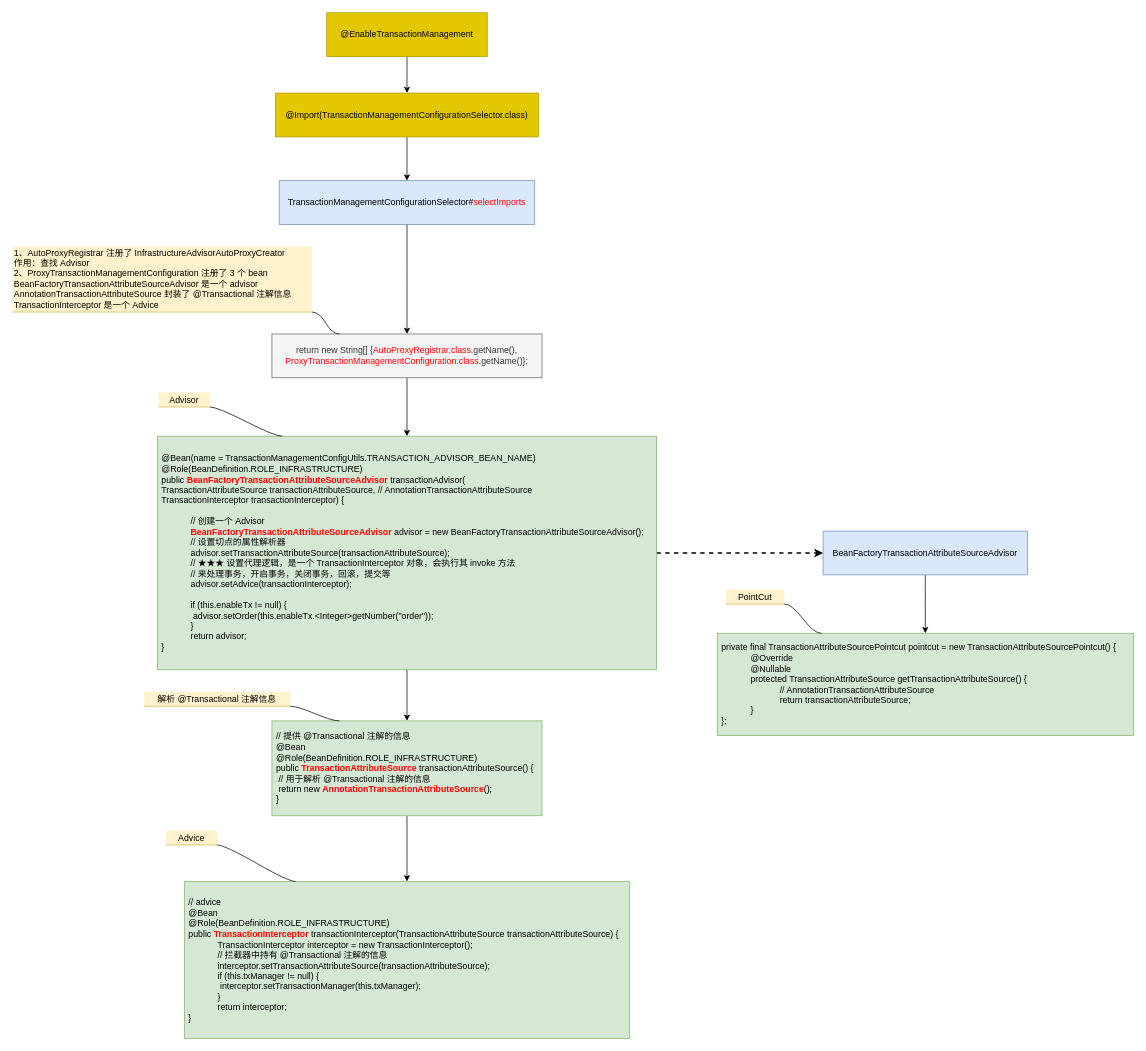
Above: spring/spring-framework/spring-transaction.drawio in thebesteric/draw.io (draw.io), before the change. Source tidied: cells renumbered, new cells numbered last; positions are measured from the earlier drawing's top-left corner, leaving out a move shared by most shapes. Both pictures are drawn from the tidied source at 73%, with x=0, y=0 at pixel (12, 12).
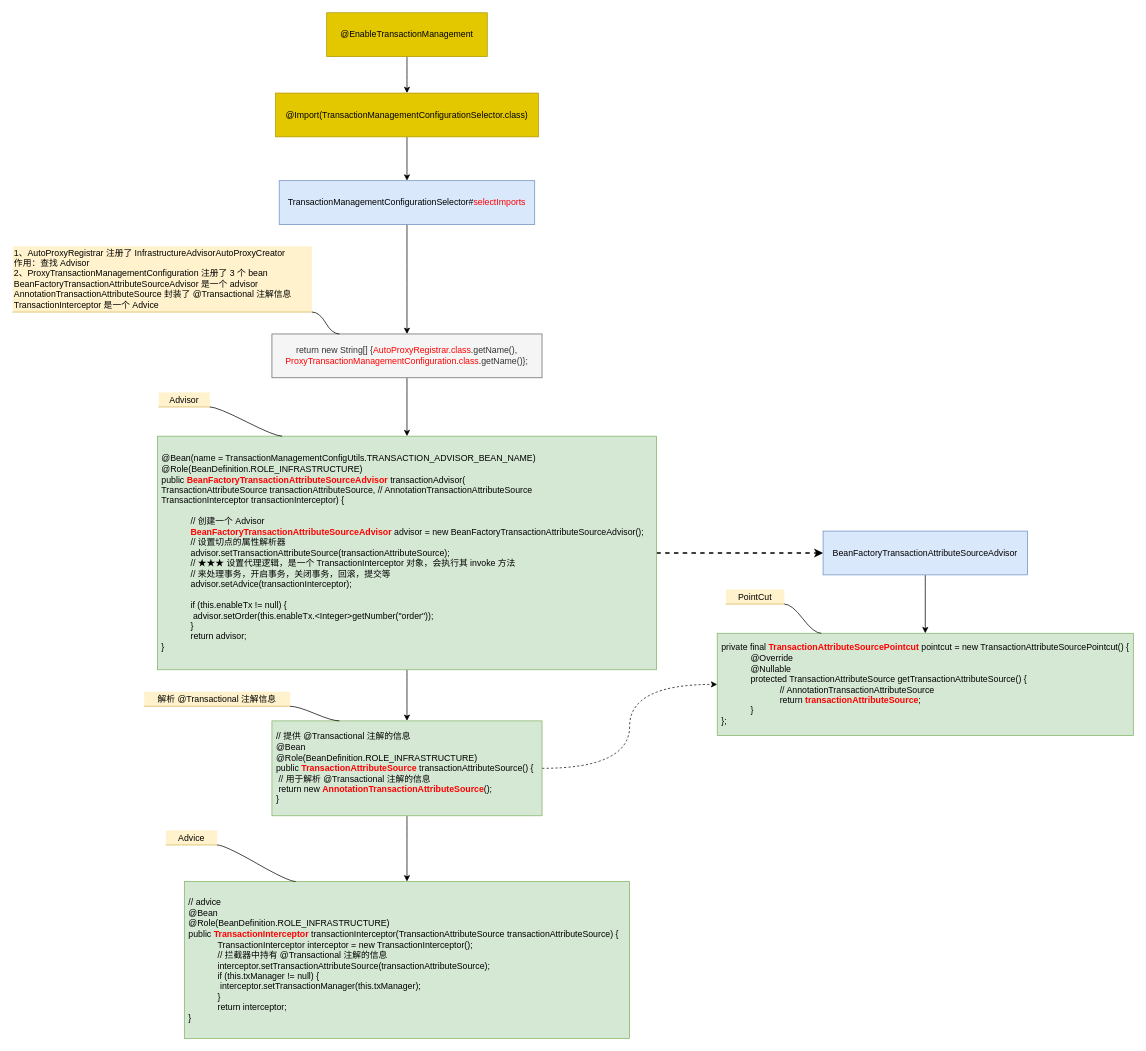
Above is the later version.

Unchanged cells that the change refers to:
```xml
<mxCell id="16" value="&lt;div&gt;// 提供 @Transactional 注解的信息&lt;/div&gt;&lt;div&gt;&lt;span&gt; &lt;/span&gt;@Bean&lt;/div&gt;&lt;div&gt;&lt;span&gt; &lt;/span&gt;@Role(BeanDefinition.ROLE_INFRASTRUCTURE)&lt;/div&gt;&lt;div&gt;&lt;span&gt; &lt;/span&gt;public &lt;b&gt;&lt;font color=&quot;#ff0000&quot;&gt;TransactionAttributeSource&lt;/font&gt;&lt;/b&gt; transactionAttributeSource() {&lt;/div&gt;&lt;div&gt;&lt;span&gt;  &lt;/span&gt;&lt;span style=&quot;white-space: pre&quot;&gt; &lt;/span&gt;// 用于解析 @Transactional 注解的信息&lt;/div&gt;&lt;div&gt;&lt;span&gt;  &lt;/span&gt;&lt;span style=&quot;white-space: pre&quot;&gt; &lt;/span&gt;return new &lt;font color=&quot;#ff0000&quot;&gt;&lt;b&gt;AnnotationTransactionAttributeSource&lt;/b&gt;&lt;/font&gt;();&lt;/div&gt;&lt;div&gt;&lt;span&gt; &lt;/span&gt;}&lt;/div&gt;" style="whiteSpace=wrap;html=1;align=left;fillColor=#d5e8d4;strokeColor=#82b366;rounded=0;spacing=6;" parent="1" vertex="1">
  <mxGeometry x="355" y="970" width="370" height="130" as="geometry" />
</mxCell>
```

Change to the diagram source:
```diff
@@
+    <mxCell id="29" style="edgeStyle=orthogonalEdgeStyle;curved=1;rounded=0;jettySize=auto;html=1;exitX=1;exitY=0.5;exitDx=0;exitDy=0;entryX=0;entryY=0.5;entryDx=0;entryDy=0;fontColor=#FF0000;strokeWidth=1;dashed=1;" parent="1" edge="1" source="16" target="26">
+      <mxGeometry relative="1" as="geometry" />
+    </mxCell>
@@
-    <mxCell id="26" value="&lt;div&gt;private final TransactionAttributeSourcePointcut pointcut = new TransactionAttributeSourcePointcut() {&lt;/div&gt;&lt;blockquote style=&quot;margin: 0 0 0 40px ; border: none ; padding: 0px&quot;&gt;&lt;div&gt;@Override&lt;/div&gt;&lt;div&gt;@Nullable&lt;/div&gt;&lt;div&gt;protected TransactionAttributeSource getTransactionAttributeSource() {&lt;/div&gt;&lt;/blockquote&gt;&lt;blockquote style=&quot;margin: 0 0 0 40px ; border: none ; padding: 0px&quot;&gt;&lt;blockquote style=&quot;margin: 0 0 0 40px ; border: none ; padding: 0px&quot;&gt;&lt;div&gt;// AnnotationTransactionAttributeSource&lt;/div&gt;&lt;/blockquote&gt;&lt;blockquote style=&quot;margin: 0 0 0 40px ; border: none ; padding: 0px&quot;&gt;&lt;div&gt;return transactionAttributeSource;&lt;/div&gt;&lt;/blockquote&gt;&lt;/blockquote&gt;&lt;blockquote style=&quot;margin: 0 0 0 40px ; border: none ; padding: 0px&quot;&gt;&lt;div&gt;}&lt;/div&gt;&lt;/blockquote&gt;&lt;div&gt;&lt;span&gt; &lt;/span&gt;};&lt;/div&gt;" style="whiteSpace=wrap;html=1;fillColor=#d5e8d4;strokeColor=#82b366;rounded=0;spacing=6;align=left;" parent="1" vertex="1">
+    <mxCell id="26" value="&lt;div&gt;private final &lt;b&gt;&lt;font color=&quot;#ff0000&quot;&gt;TransactionAttributeSourcePointcut&lt;/font&gt;&lt;/b&gt; pointcut = new TransactionAttributeSourcePointcut() {&lt;/div&gt;&lt;blockquote style=&quot;margin: 0 0 0 40px ; border: none ; padding: 0px&quot;&gt;&lt;div&gt;@Override&lt;/div&gt;&lt;div&gt;@Nullable&lt;/div&gt;&lt;div&gt;protected TransactionAttributeSource getTransactionAttributeSource() {&lt;/div&gt;&lt;/blockquote&gt;&lt;blockquote style=&quot;margin: 0 0 0 40px ; border: none ; padding: 0px&quot;&gt;&lt;blockquote style=&quot;margin: 0 0 0 40px ; border: none ; padding: 0px&quot;&gt;&lt;div&gt;// AnnotationTransactionAttributeSource&lt;/div&gt;&lt;/blockquote&gt;&lt;blockquote style=&quot;margin: 0 0 0 40px ; border: none ; padding: 0px&quot;&gt;&lt;div&gt;return &lt;b&gt;&lt;font color=&quot;#ff0000&quot;&gt;transactionAttributeSource&lt;/font&gt;&lt;/b&gt;;&lt;/div&gt;&lt;/blockquote&gt;&lt;/blockquote&gt;&lt;blockquote style=&quot;margin: 0 0 0 40px ; border: none ; padding: 0px&quot;&gt;&lt;div&gt;}&lt;/div&gt;&lt;/blockquote&gt;&lt;div&gt;&lt;span&gt; &lt;/span&gt;};&lt;/div&gt;" style="whiteSpace=wrap;html=1;fillColor=#d5e8d4;strokeColor=#82b366;rounded=0;spacing=6;align=left;" parent="1" vertex="1">
       <mxGeometry x="965" y="850" width="570" height="140" as="geometry" />
     </mxCell>
```
